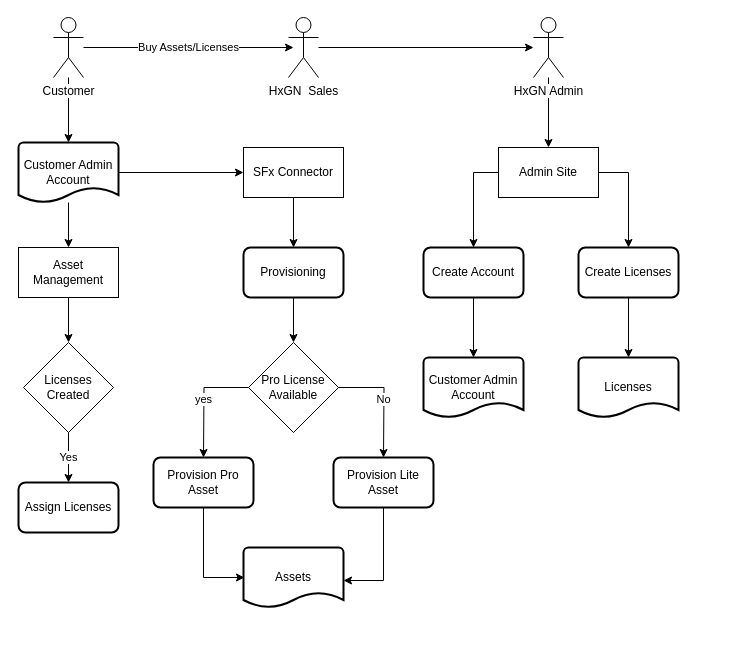
This is page "Flow Diagram - New Customer Onboarding" (4 of 5) of SFx License Management Tech Design.drawio from xiaowei90113/Design, a draw.io file, before an edit. Source tidied: cells renumbered, new cells numbered last; positions are measured from the earlier drawing's top-left corner, leaving out a move shared by most shapes. Both pictures are drawn from the tidied source at 100%, with x=0, y=0 at pixel (18, 17).
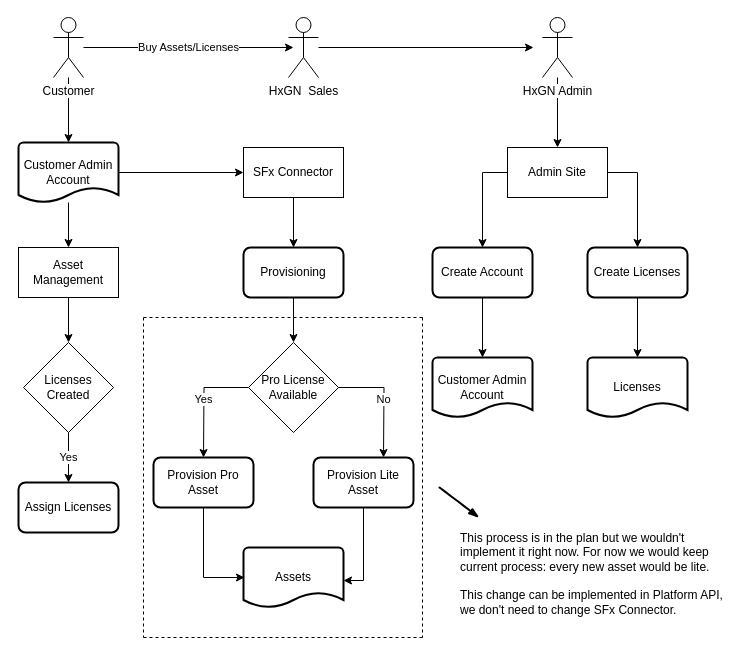
Above is the later version.

Unchanged cells that the change refers to:
```xml
<mxCell id="22" value="Pro License Available" style="rhombus;whiteSpace=wrap;html=1;" parent="1" vertex="1">
  <mxGeometry x="230" y="325" width="90" height="90" as="geometry" />
</mxCell>
```

The edit, as a diff of the source:
```diff
@@
     <mxCell id="8" value="HxGN Admin" style="shape=umlActor;verticalLabelPosition=bottom;labelBackgroundColor=#ffffff;verticalAlign=top;html=1;" parent="1" vertex="1">
-      <mxGeometry x="515" width="30" height="60" as="geometry" />
+      <mxGeometry x="524" width="30" height="60" as="geometry" />
     </mxCell>
@@
     <mxCell id="10" value="Create Account" style="rounded=1;whiteSpace=wrap;html=1;absoluteArcSize=1;arcSize=14;strokeWidth=2;" parent="1" vertex="1">
-      <mxGeometry x="405" y="230" width="100" height="50" as="geometry" />
+      <mxGeometry x="414" y="230" width="100" height="50" as="geometry" />
     </mxCell>
@@
     <mxCell id="12" value="Create Licenses" style="rounded=1;whiteSpace=wrap;html=1;absoluteArcSize=1;arcSize=14;strokeWidth=2;" parent="1" vertex="1">
-      <mxGeometry x="560" y="230" width="100" height="50" as="geometry" />
+      <mxGeometry x="569" y="230" width="100" height="50" as="geometry" />
     </mxCell>
     <mxCell id="13" value="Customer Admin Account&lt;br&gt;" style="strokeWidth=2;html=1;shape=mxgraph.flowchart.document2;whiteSpace=wrap;size=0.25;" parent="1" vertex="1">
-      <mxGeometry x="405" y="340" width="100" height="60" as="geometry" />
+      <mxGeometry x="414" y="340" width="100" height="60" as="geometry" />
     </mxCell>
     <mxCell id="14" value="Licenses" style="strokeWidth=2;html=1;shape=mxgraph.flowchart.document2;whiteSpace=wrap;size=0.25;" parent="1" vertex="1">
-      <mxGeometry x="560" y="340" width="100" height="60" as="geometry" />
+      <mxGeometry x="569" y="340" width="100" height="60" as="geometry" />
     </mxCell>
     <mxCell id="15" style="edgeStyle=orthogonalEdgeStyle;rounded=0;jettySize=auto;html=1;" parent="1" edge="1" source="17" target="10">
       <mxGeometry relative="1" as="geometry">
         <Array as="points">
-          <mxPoint x="455" y="155" />
+          <mxPoint x="464" y="155" />
         </Array>
       </mxGeometry>
     </mxCell>
     <mxCell id="16" style="edgeStyle=orthogonalEdgeStyle;rounded=0;jettySize=auto;html=1;entryX=0.5;entryY=0;entryDx=0;entryDy=0;" parent="1" edge="1" source="17" target="12">
       <mxGeometry relative="1" as="geometry">
         <Array as="points">
-          <mxPoint x="610" y="155" />
+          <mxPoint x="619" y="155" />
         </Array>
       </mxGeometry>
     </mxCell>
     <mxCell id="17" value="Admin Site" style="rounded=0;whiteSpace=wrap;html=1;" parent="1" vertex="1">
-      <mxGeometry x="480" y="130" width="100" height="50" as="geometry" />
+      <mxGeometry x="489" y="130" width="100" height="50" as="geometry" />
     </mxCell>
@@
-    <mxCell id="21" value="yes" style="edgeStyle=orthogonalEdgeStyle;rounded=0;jettySize=auto;html=1;" parent="1" edge="1" source="22">
+    <mxCell id="21" value="Yes" style="edgeStyle=orthogonalEdgeStyle;rounded=0;jettySize=auto;html=1;" parent="1" edge="1" source="22">
       <mxGeometry relative="1" as="geometry">
         <mxPoint x="185" y="440" as="targetPoint" />
       </mxGeometry>
     </mxCell>
@@
     <mxCell id="32" value="Provision Lite Asset" style="rounded=1;whiteSpace=wrap;html=1;absoluteArcSize=1;arcSize=14;strokeWidth=2;" parent="1" vertex="1">
-      <mxGeometry x="315" y="440" width="100" height="50" as="geometry" />
+      <mxGeometry x="295" y="440" width="100" height="50" as="geometry" />
     </mxCell>
@@
+    <mxCell id="38" style="endArrow=none;dashed=1;html=1;" parent="1" edge="1">
+      <mxGeometry relative="1" as="geometry">
+        <mxPoint x="125" y="300" as="sourcePoint" />
+        <mxPoint x="125" y="620" as="targetPoint" />
+      </mxGeometry>
+    </mxCell>
+    <mxCell id="39" style="endArrow=none;dashed=1;html=1;" parent="1" edge="1">
+      <mxGeometry relative="1" as="geometry">
+        <mxPoint x="125" y="300" as="sourcePoint" />
+        <mxPoint x="405" y="300" as="targetPoint" />
+      </mxGeometry>
+    </mxCell>
+    <mxCell id="40" style="endArrow=none;dashed=1;html=1;" parent="1" edge="1">
+      <mxGeometry relative="1" as="geometry">
+        <mxPoint x="125" y="620" as="sourcePoint" />
+        <mxPoint x="405" y="620" as="targetPoint" />
+      </mxGeometry>
+    </mxCell>
+    <mxCell id="41" style="endArrow=none;dashed=1;html=1;" parent="1" edge="1">
+      <mxGeometry relative="1" as="geometry">
+        <mxPoint x="404" y="300" as="sourcePoint" />
+        <mxPoint x="404" y="620" as="targetPoint" />
+      </mxGeometry>
+    </mxCell>
+    <mxCell id="42" value="&lt;div style=&quot;text-align: left&quot;&gt;&lt;span&gt;This process is in the plan but we wouldn't implement it right now. For now we would keep current process: every new asset would be lite.&amp;nbsp;&amp;nbsp;&lt;/span&gt;&lt;/div&gt;" style="text;html=1;strokeColor=none;fillColor=none;align=center;verticalAlign=middle;whiteSpace=wrap;rounded=0;" parent="1" vertex="1">
+      <mxGeometry x="440.5" y="510" width="271" height="50" as="geometry" />
+    </mxCell>
+    <mxCell id="43" value="&lt;div style=&quot;text-align: left&quot;&gt;&lt;span&gt;This change can be implemented in Platform API, we don't need to change SFx Connector.&lt;/span&gt;&lt;/div&gt;" style="text;html=1;strokeColor=none;fillColor=none;align=center;verticalAlign=middle;whiteSpace=wrap;rounded=0;" parent="1" vertex="1">
+      <mxGeometry x="440.5" y="560" width="271" height="50" as="geometry" />
+    </mxCell>
+    <mxCell id="44" style="rounded=0;comic=1;strokeWidth=2;endArrow=blockThin;html=1;fontFamily=Comic Sans MS;fontStyle=1;" parent="1" edge="1">
+      <mxGeometry relative="1" as="geometry">
+        <mxPoint x="421" y="470" as="sourcePoint" />
+        <mxPoint x="460.5" y="500" as="targetPoint" />
+      </mxGeometry>
+    </mxCell>
```
